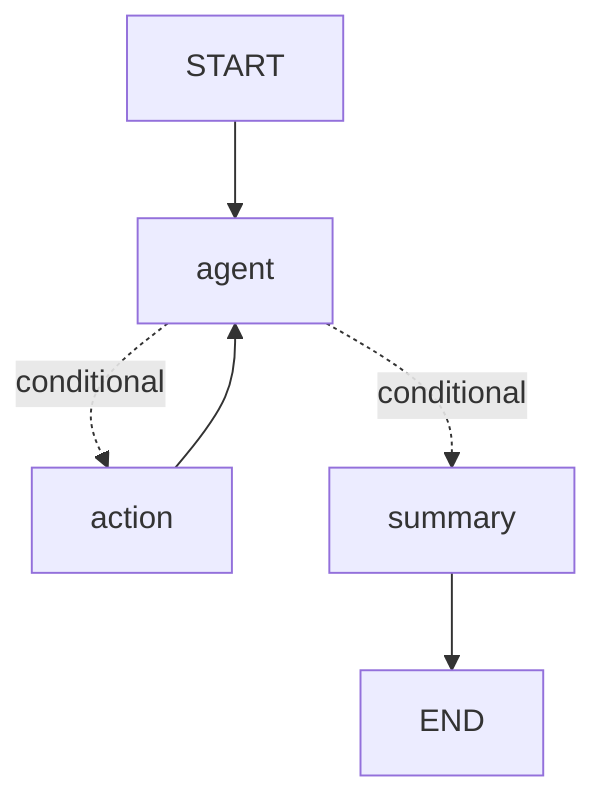
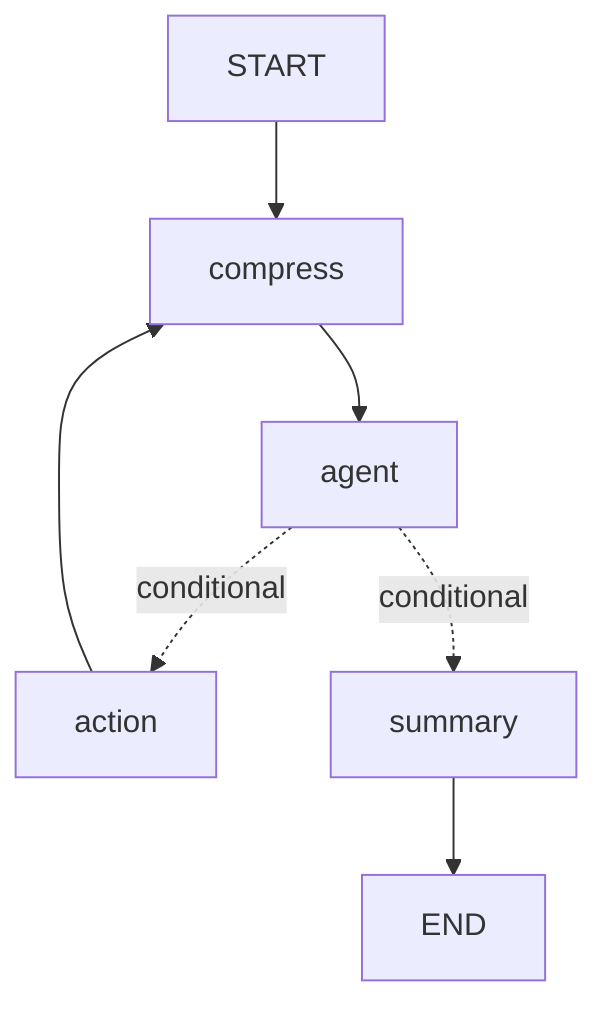
flowchart TD
    internal_start["START"]
+     compress["compress"]
    agent["agent"]
    action["action"]
    summary["summary"]
    internal_end["END"]
-     internal_start --> agent
-     action --> agent
+     internal_start --> compress
+     action --> compress
    agent -. "conditional" .-> action
    agent -. "conditional" .-> summary
+     compress --> agent
    summary --> internal_end
